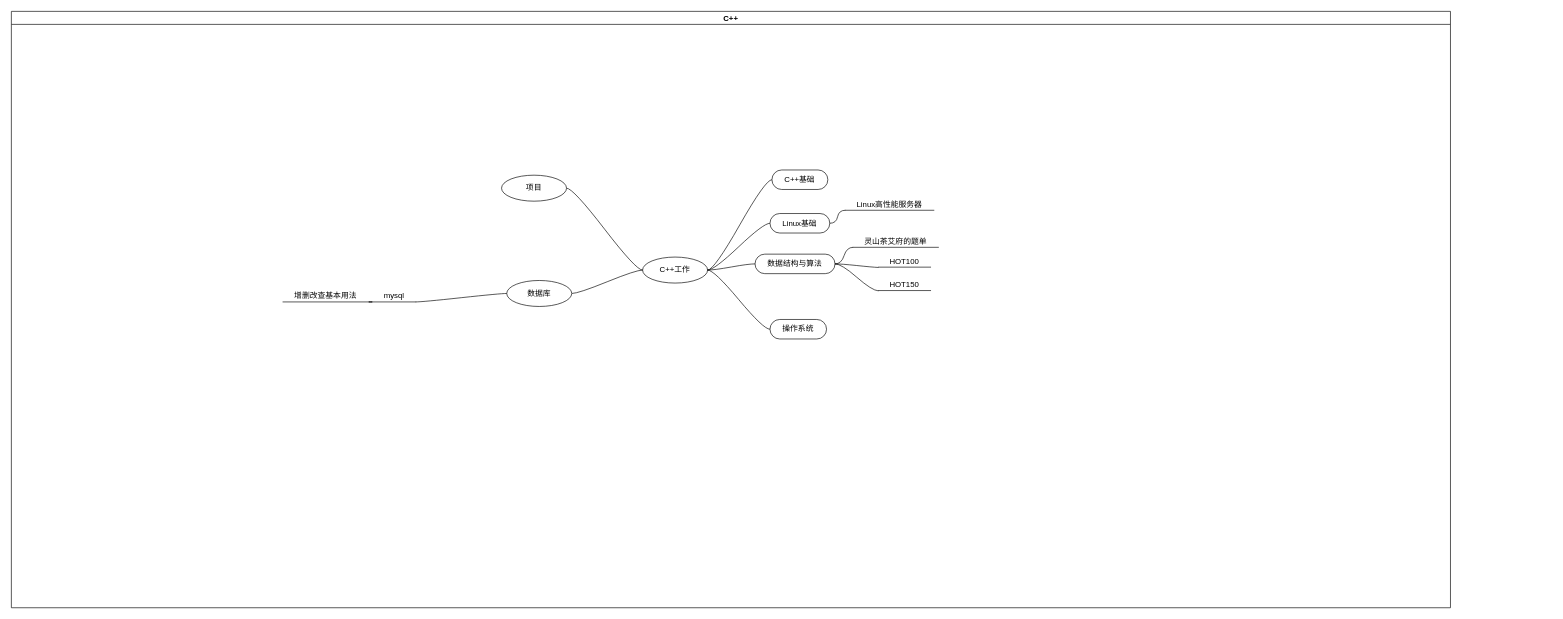
Above: 工作面试/c++工作面试思维导图.drawio in MinzhiYoyo/lmzyoyomds (draw.io), before the change. Source tidied: cells renumbered, new cells numbered last; positions are measured from the earlier drawing's top-left corner, leaving out a move shared by most shapes. Both pictures are drawn from the tidied source at 65%, with x=0, y=0 at pixel (11, 11).
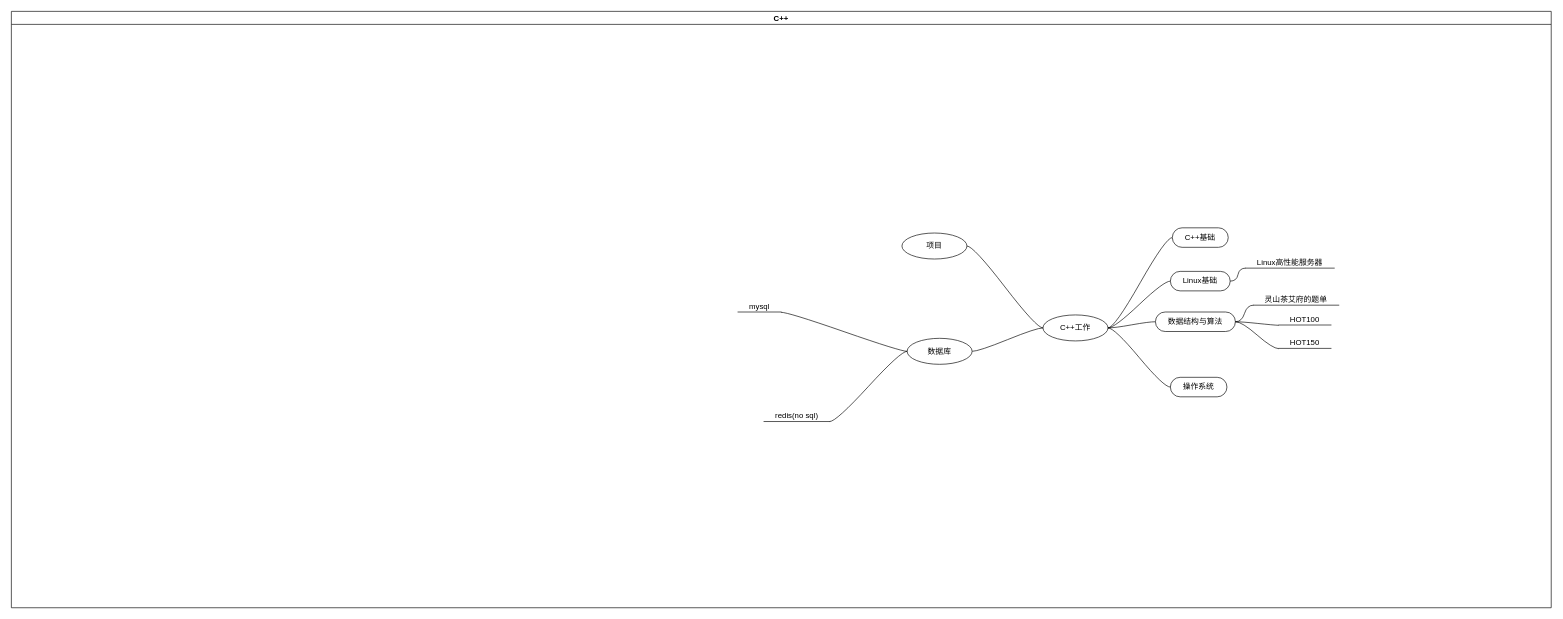
Above is the later version.

Diff of the diagram source:
```diff
@@
     <mxCell id="2" value="C++" style="swimlane;startSize=20;horizontal=1;containerType=tree;" parent="1" vertex="1">
-      <mxGeometry width="2214" height="917.5" as="geometry" />
+      <mxGeometry width="2369" height="917.5" as="geometry" />
     </mxCell>
@@
     <mxCell id="4" value="C++工作" style="ellipse;whiteSpace=wrap;html=1;align=center;newEdgeStyle={&quot;edgeStyle&quot;:&quot;entityRelationEdgeStyle&quot;,&quot;startArrow&quot;:&quot;none&quot;,&quot;endArrow&quot;:&quot;none&quot;,&quot;segment&quot;:10,&quot;curved&quot;:1,&quot;sourcePerimeterSpacing&quot;:0,&quot;targetPerimeterSpacing&quot;:0};" parent="2" vertex="1">
-      <mxGeometry x="971.1" y="378" width="100" height="40" as="geometry" />
+      <mxGeometry x="1587.1" y="467" width="100" height="40" as="geometry" />
     </mxCell>
     <mxCell id="5" value="C++基础" style="whiteSpace=wrap;html=1;rounded=1;arcSize=50;align=center;verticalAlign=middle;strokeWidth=1;spacing=4;newEdgeStyle={&quot;edgeStyle&quot;:&quot;entityRelationEdgeStyle&quot;,&quot;startArrow&quot;:&quot;none&quot;,&quot;endArrow&quot;:&quot;none&quot;,&quot;segment&quot;:10,&quot;curved&quot;:1,&quot;sourcePerimeterSpacing&quot;:0,&quot;targetPerimeterSpacing&quot;:0};" parent="2" vertex="1" collapsed="1">
-      <mxGeometry x="1170.1" y="244" width="86" height="30" as="geometry" />
+      <mxGeometry x="1786.1" y="333" width="86" height="30" as="geometry" />
     </mxCell>
@@
     <mxCell id="7" value="Linux基础" style="whiteSpace=wrap;html=1;rounded=1;arcSize=50;align=center;verticalAlign=middle;strokeWidth=1;spacing=4;newEdgeStyle={&quot;edgeStyle&quot;:&quot;entityRelationEdgeStyle&quot;,&quot;startArrow&quot;:&quot;none&quot;,&quot;endArrow&quot;:&quot;none&quot;,&quot;segment&quot;:10,&quot;curved&quot;:1,&quot;sourcePerimeterSpacing&quot;:0,&quot;targetPerimeterSpacing&quot;:0};" parent="2" vertex="1">
-      <mxGeometry x="1167.1" y="311" width="92" height="30" as="geometry" />
+      <mxGeometry x="1783.1" y="400" width="92" height="30" as="geometry" />
     </mxCell>
@@
     <mxCell id="9" value="数据结构与算法" style="whiteSpace=wrap;html=1;rounded=1;arcSize=50;align=center;verticalAlign=middle;strokeWidth=1;spacing=4;newEdgeStyle={&quot;edgeStyle&quot;:&quot;entityRelationEdgeStyle&quot;,&quot;startArrow&quot;:&quot;none&quot;,&quot;endArrow&quot;:&quot;none&quot;,&quot;segment&quot;:10,&quot;curved&quot;:1,&quot;sourcePerimeterSpacing&quot;:0,&quot;targetPerimeterSpacing&quot;:0};" parent="2" vertex="1">
-      <mxGeometry x="1144.1" y="373.5" width="123" height="30" as="geometry" />
+      <mxGeometry x="1760.1" y="462.5" width="123" height="30" as="geometry" />
     </mxCell>
@@
     <mxCell id="11" value="操作系统" style="whiteSpace=wrap;html=1;rounded=1;arcSize=50;align=center;verticalAlign=middle;strokeWidth=1;spacing=4;newEdgeStyle={&quot;edgeStyle&quot;:&quot;entityRelationEdgeStyle&quot;,&quot;startArrow&quot;:&quot;none&quot;,&quot;endArrow&quot;:&quot;none&quot;,&quot;segment&quot;:10,&quot;curved&quot;:1,&quot;sourcePerimeterSpacing&quot;:0,&quot;targetPerimeterSpacing&quot;:0};" parent="2" vertex="1">
-      <mxGeometry x="1167.1" y="474" width="87" height="30" as="geometry" />
+      <mxGeometry x="1783.1" y="563" width="87" height="30" as="geometry" />
     </mxCell>
@@
     <mxCell id="13" value="项目" style="ellipse;whiteSpace=wrap;html=1;align=center;newEdgeStyle={&quot;edgeStyle&quot;:&quot;entityRelationEdgeStyle&quot;,&quot;startArrow&quot;:&quot;none&quot;,&quot;endArrow&quot;:&quot;none&quot;,&quot;segment&quot;:10,&quot;curved&quot;:1,&quot;sourcePerimeterSpacing&quot;:0,&quot;targetPerimeterSpacing&quot;:0};" parent="2" vertex="1">
-      <mxGeometry x="754.1" y="252" width="100" height="40" as="geometry" />
+      <mxGeometry x="1370.1" y="341" width="100" height="40" as="geometry" />
     </mxCell>
     <mxCell id="14" style="edgeStyle=entityRelationEdgeStyle;startArrow=none;endArrow=none;segment=10;curved=1;sourcePerimeterSpacing=0;targetPerimeterSpacing=0;rounded=0;exitX=1;exitY=0.5;exitDx=0;exitDy=0;" parent="2" edge="1" source="9" target="15">
       <mxGeometry relative="1" as="geometry">
         <Array as="points">
-          <mxPoint x="1262.1" y="391.5" />
+          <mxPoint x="1878.1" y="480.5" />
         </Array>
       </mxGeometry>
     </mxCell>
     <mxCell id="15" value="灵山茶艾府的题单" style="whiteSpace=wrap;html=1;shape=partialRectangle;top=0;left=0;bottom=1;right=0;points=[[0,1],[1,1]];fillColor=none;align=center;verticalAlign=bottom;routingCenterY=0.5;snapToPoint=1;newEdgeStyle={&quot;edgeStyle&quot;:&quot;entityRelationEdgeStyle&quot;,&quot;startArrow&quot;:&quot;none&quot;,&quot;endArrow&quot;:&quot;none&quot;,&quot;segment&quot;:10,&quot;curved&quot;:1,&quot;sourcePerimeterSpacing&quot;:0,&quot;targetPerimeterSpacing&quot;:0};" parent="2" vertex="1" collapsed="1">
-      <mxGeometry x="1295.1" y="337" width="131" height="26" as="geometry" />
+      <mxGeometry x="1911.1" y="426" width="131" height="26" as="geometry" />
     </mxCell>
     <mxCell id="16" style="edgeStyle=entityRelationEdgeStyle;startArrow=none;endArrow=none;segment=10;curved=1;sourcePerimeterSpacing=0;targetPerimeterSpacing=0;rounded=0;exitX=1;exitY=0.5;exitDx=0;exitDy=0;" parent="2" edge="1" source="9" target="17">
       <mxGeometry relative="1" as="geometry">
         <Array as="points">
-          <mxPoint x="1128.1" y="325" />
+          <mxPoint x="1744.1" y="414" />
         </Array>
       </mxGeometry>
     </mxCell>
     <mxCell id="17" value="HOT100" style="whiteSpace=wrap;html=1;shape=partialRectangle;top=0;left=0;bottom=1;right=0;points=[[0,1],[1,1]];fillColor=none;align=center;verticalAlign=bottom;routingCenterY=0.5;snapToPoint=1;newEdgeStyle={&quot;edgeStyle&quot;:&quot;entityRelationEdgeStyle&quot;,&quot;startArrow&quot;:&quot;none&quot;,&quot;endArrow&quot;:&quot;none&quot;,&quot;segment&quot;:10,&quot;curved&quot;:1,&quot;sourcePerimeterSpacing&quot;:0,&quot;targetPerimeterSpacing&quot;:0};" parent="2" vertex="1">
-      <mxGeometry x="1334.1" y="367.5" width="80" height="26" as="geometry" />
+      <mxGeometry x="1950.1" y="456.5" width="80" height="26" as="geometry" />
     </mxCell>
     <mxCell id="18" style="edgeStyle=entityRelationEdgeStyle;startArrow=none;endArrow=none;segment=10;curved=1;sourcePerimeterSpacing=0;targetPerimeterSpacing=0;rounded=0;exitX=1;exitY=0.5;exitDx=0;exitDy=0;" parent="2" edge="1" source="9" target="19">
       <mxGeometry relative="1" as="geometry">
         <Array as="points">
-          <mxPoint x="994.1" y="258.5" />
+          <mxPoint x="1610.1" y="347.5" />
         </Array>
       </mxGeometry>
     </mxCell>
     <mxCell id="19" value="HOT150" style="whiteSpace=wrap;html=1;shape=partialRectangle;top=0;left=0;bottom=1;right=0;points=[[0,1],[1,1]];fillColor=none;align=center;verticalAlign=bottom;routingCenterY=0.5;snapToPoint=1;newEdgeStyle={&quot;edgeStyle&quot;:&quot;entityRelationEdgeStyle&quot;,&quot;startArrow&quot;:&quot;none&quot;,&quot;endArrow&quot;:&quot;none&quot;,&quot;segment&quot;:10,&quot;curved&quot;:1,&quot;sourcePerimeterSpacing&quot;:0,&quot;targetPerimeterSpacing&quot;:0};" parent="2" vertex="1">
-      <mxGeometry x="1334.1" y="403.5" width="80" height="26" as="geometry" />
+      <mxGeometry x="1950.1" y="492.5" width="80" height="26" as="geometry" />
     </mxCell>
     <mxCell id="20" value="Linux高性能服务器" style="whiteSpace=wrap;html=1;shape=partialRectangle;top=0;left=0;bottom=1;right=0;points=[[0,1],[1,1]];fillColor=none;align=center;verticalAlign=bottom;routingCenterY=0.5;snapToPoint=1;newEdgeStyle={&quot;edgeStyle&quot;:&quot;entityRelationEdgeStyle&quot;,&quot;startArrow&quot;:&quot;none&quot;,&quot;endArrow&quot;:&quot;none&quot;,&quot;segment&quot;:10,&quot;curved&quot;:1,&quot;sourcePerimeterSpacing&quot;:0,&quot;targetPerimeterSpacing&quot;:0};" parent="2" vertex="1" collapsed="1">
-      <mxGeometry x="1283.1" y="280" width="136" height="26" as="geometry" />
+      <mxGeometry x="1899.1" y="369" width="136" height="26" as="geometry" />
     </mxCell>
@@
     <mxCell id="23" value="数据库" style="ellipse;whiteSpace=wrap;html=1;align=center;newEdgeStyle={&quot;edgeStyle&quot;:&quot;entityRelationEdgeStyle&quot;,&quot;startArrow&quot;:&quot;none&quot;,&quot;endArrow&quot;:&quot;none&quot;,&quot;segment&quot;:10,&quot;curved&quot;:1,&quot;sourcePerimeterSpacing&quot;:0,&quot;targetPerimeterSpacing&quot;:0};" parent="2" vertex="1">
-      <mxGeometry x="762.1" y="414" width="100" height="40" as="geometry" />
+      <mxGeometry x="1378.1" y="503" width="100" height="40" as="geometry" />
     </mxCell>
-    <mxCell id="24" value="mysql" style="whiteSpace=wrap;html=1;shape=partialRectangle;top=0;left=0;bottom=1;right=0;points=[[0,1],[1,1]];fillColor=none;align=center;verticalAlign=bottom;routingCenterY=0.5;snapToPoint=1;newEdgeStyle={&quot;edgeStyle&quot;:&quot;entityRelationEdgeStyle&quot;,&quot;startArrow&quot;:&quot;none&quot;,&quot;endArrow&quot;:&quot;none&quot;,&quot;segment&quot;:10,&quot;curved&quot;:1,&quot;sourcePerimeterSpacing&quot;:0,&quot;targetPerimeterSpacing&quot;:0};" parent="2" vertex="1">
-      <mxGeometry x="556" y="421" width="66" height="26" as="geometry" />
+    <mxCell id="24" value="mysql" style="whiteSpace=wrap;html=1;shape=partialRectangle;top=0;left=0;bottom=1;right=0;points=[[0,1],[1,1]];fillColor=none;align=center;verticalAlign=bottom;routingCenterY=0.5;snapToPoint=1;newEdgeStyle={&quot;edgeStyle&quot;:&quot;entityRelationEdgeStyle&quot;,&quot;startArrow&quot;:&quot;none&quot;,&quot;endArrow&quot;:&quot;none&quot;,&quot;segment&quot;:10,&quot;curved&quot;:1,&quot;sourcePerimeterSpacing&quot;:0,&quot;targetPerimeterSpacing&quot;:0};" parent="2" vertex="1" collapsed="1">
+      <mxGeometry x="1118" y="436.5" width="66" height="26" as="geometry" />
     </mxCell>
@@
-    <mxCell id="26" style="edgeStyle=entityRelationEdgeStyle;startArrow=none;endArrow=none;segment=10;curved=1;sourcePerimeterSpacing=0;targetPerimeterSpacing=0;rounded=0;exitX=0;exitY=1;exitDx=0;exitDy=0;" parent="2" edge="1" source="24" target="27">
-      <mxGeometry relative="1" as="geometry" />
-    </mxCell>
-    <mxCell id="27" value="增删改查基本用法" style="whiteSpace=wrap;html=1;shape=partialRectangle;top=0;left=0;bottom=1;right=0;points=[[0,1],[1,1]];fillColor=none;align=center;verticalAlign=bottom;routingCenterY=0.5;snapToPoint=1;newEdgeStyle={&quot;edgeStyle&quot;:&quot;entityRelationEdgeStyle&quot;,&quot;startArrow&quot;:&quot;none&quot;,&quot;endArrow&quot;:&quot;none&quot;,&quot;segment&quot;:10,&quot;curved&quot;:1,&quot;sourcePerimeterSpacing&quot;:0,&quot;targetPerimeterSpacing&quot;:0};" parent="2" vertex="1">
-      <mxGeometry x="418" y="421" width="131" height="26" as="geometry" />
-    </mxCell>
+    <mxCell id="28" style="edgeStyle=entityRelationEdgeStyle;startArrow=none;endArrow=none;segment=10;curved=1;sourcePerimeterSpacing=0;targetPerimeterSpacing=0;rounded=0;exitX=0;exitY=0.5;exitDx=0;exitDy=0;" parent="2" edge="1" source="23" target="29">
+      <mxGeometry relative="1" as="geometry" />
+    </mxCell>
+    <mxCell id="29" value="redis(no sql)" style="whiteSpace=wrap;html=1;shape=partialRectangle;top=0;left=0;bottom=1;right=0;points=[[0,1],[1,1]];fillColor=none;align=center;verticalAlign=bottom;routingCenterY=0.5;snapToPoint=1;newEdgeStyle={&quot;edgeStyle&quot;:&quot;entityRelationEdgeStyle&quot;,&quot;startArrow&quot;:&quot;none&quot;,&quot;endArrow&quot;:&quot;none&quot;,&quot;segment&quot;:10,&quot;curved&quot;:1,&quot;sourcePerimeterSpacing&quot;:0,&quot;targetPerimeterSpacing&quot;:0};" parent="2" vertex="1">
+      <mxGeometry x="1158" y="605" width="101" height="26" as="geometry" />
+    </mxCell>
```
